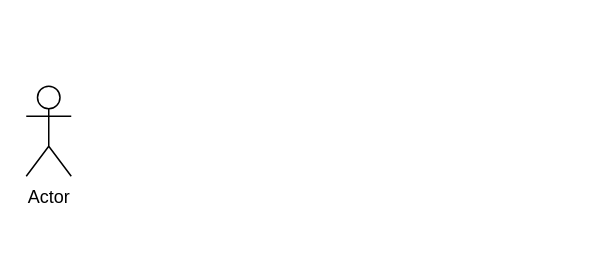
Above: Diagramm.drawio in Adjaro/Projet_Poo (draw.io), before the change. Source tidied: cells renumbered, new cells numbered last; positions are measured from the earlier drawing's top-left corner, leaving out a move shared by most shapes. Both pictures are drawn from the tidied source at 150%, with x=0, y=0 at pixel (26, 86).
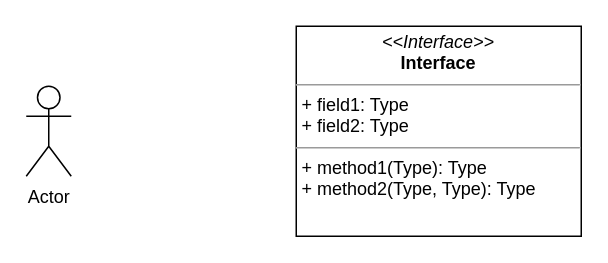
Above is the later version.

Commit message (it also covers changes not shown here):
Mettre à jour Diagramm.drawio

Change to the diagram source:
```diff
@@
 <mxGraphModel>
   <root>
     <mxCell id="0" />
     <mxCell id="1" parent="0" />
     <mxCell id="2" value="Actor" style="shape=umlActor;verticalLabelPosition=bottom;verticalAlign=top;html=1;" parent="1" vertex="1">
       <mxGeometry width="30" height="60" as="geometry" />
     </mxCell>
+    <mxCell id="3" value="&lt;p style=&quot;margin:0px;margin-top:4px;text-align:center;&quot;&gt;&lt;i&gt;&amp;lt;&amp;lt;Interface&amp;gt;&amp;gt;&lt;/i&gt;&lt;br/&gt;&lt;b&gt;Interface&lt;/b&gt;&lt;/p&gt;&lt;hr size=&quot;1&quot;/&gt;&lt;p style=&quot;margin:0px;margin-left:4px;&quot;&gt;+ field1: Type&lt;br/&gt;+ field2: Type&lt;/p&gt;&lt;hr size=&quot;1&quot;/&gt;&lt;p style=&quot;margin:0px;margin-left:4px;&quot;&gt;+ method1(Type): Type&lt;br/&gt;+ method2(Type, Type): Type&lt;/p&gt;" style="verticalAlign=top;align=left;overflow=fill;fontSize=12;fontFamily=Helvetica;html=1;" parent="1" vertex="1">
+      <mxGeometry x="180" y="-40" width="190" height="140" as="geometry" />
+    </mxCell>
   </root>
 </mxGraphModel>
```
